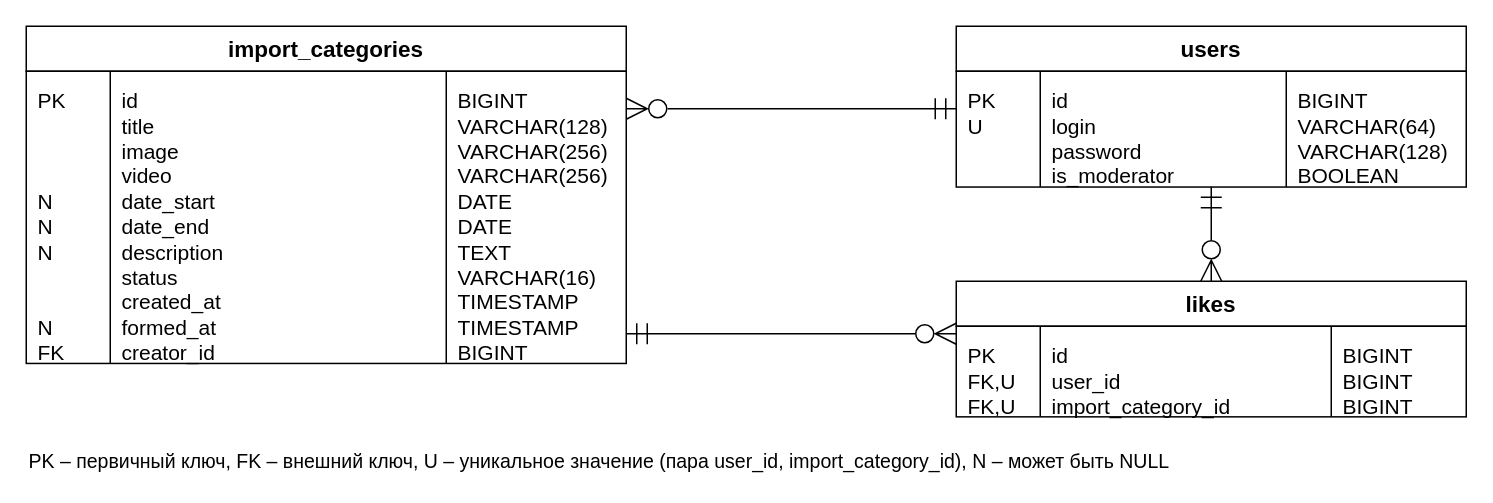
This is docs/er.drawio from umidjaaan/web-app-development-2026, a draw.io file, before an edit. Source tidied: cells renumbered, new cells numbered last; positions are measured from the earlier drawing's top-left corner, leaving out a move shared by most shapes. Both pictures are drawn from the tidied source at 150%, with x=0, y=0 at pixel (26, 26).
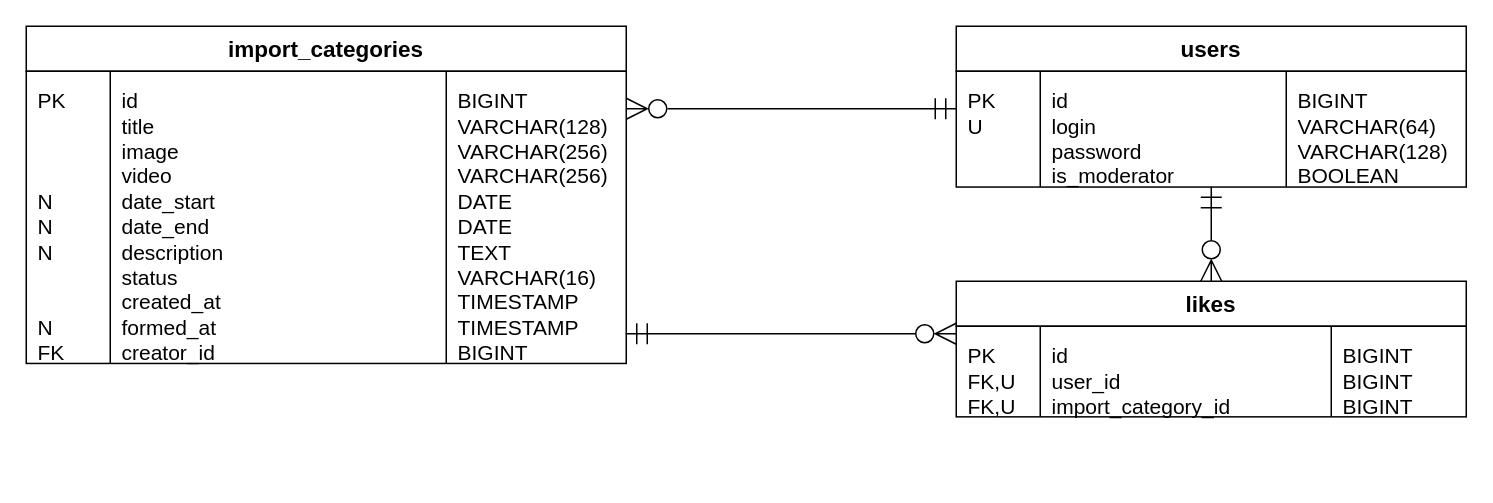
Above is the later version.

The edit, as a diff of the source:
```diff
@@
-    <mxCell id="26" value="PK – первичный ключ, FK – внешний ключ, U – уникальное значение (пара user_id, import_category_id), N – может быть NULL" style="rounded=0;whiteSpace=wrap;html=1;fontSize=13;align=left;verticalAlign=middle;spacingLeft=0;spacingRight=0;fontStyle=0;text;strokeColor=none;fillColor=none;fontColor=#000000;" parent="1" vertex="1">
-      <mxGeometry y="276" width="960" height="24" as="geometry" />
-    </mxCell>
```
